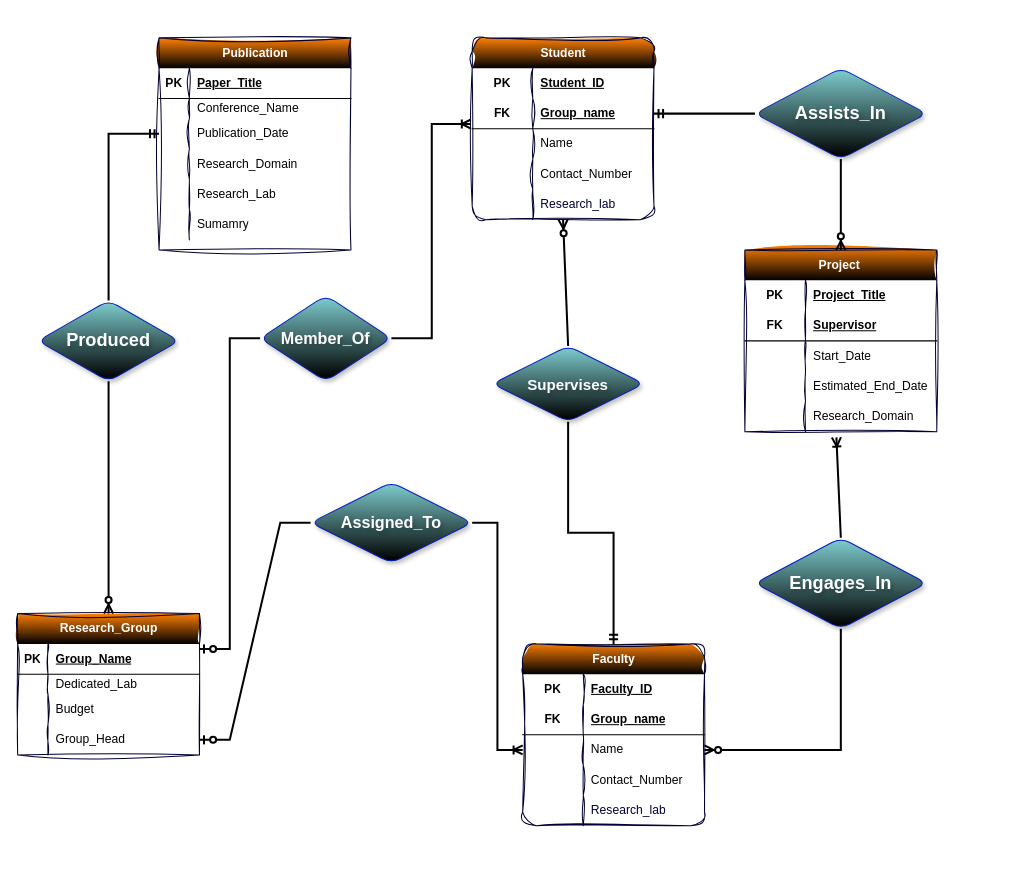
The draw.io diagram New folder/220042146_Lab7.drawio in A-Piyas-04/DBMS-_Lab, before the edit. Source tidied: cells renumbered, new cells numbered last; positions are measured from the earlier drawing's top-left corner, leaving out a move shared by most shapes. Both pictures are drawn from the tidied source at 101%, with x=0, y=0 at pixel (17, 37).
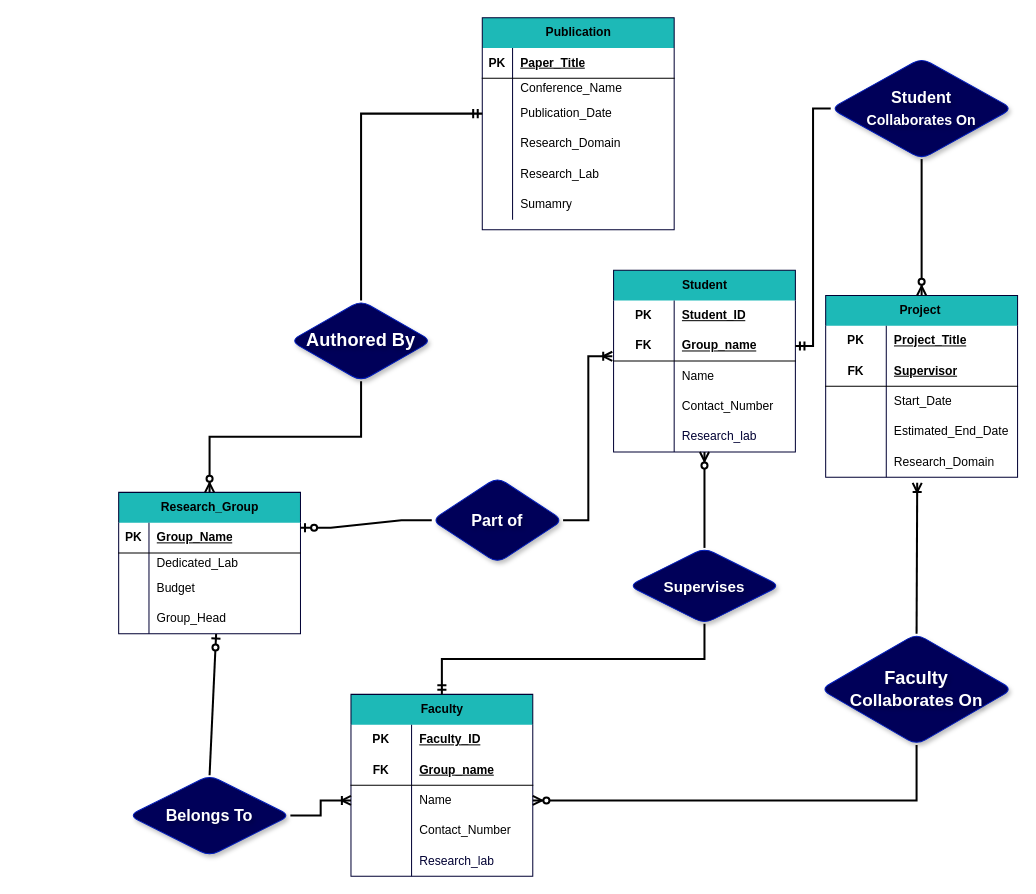
The same diagram, later.

Unchanged cells that the change refers to:
```xml
<mxCell id="12" style="shape=tableRow;horizontal=0;startSize=0;swimlaneHead=0;swimlaneBody=0;fillColor=none;points=[[0,0.5],[1,0.5]];portConstraint=eastwest;top=0;left=0;right=0;bottom=0;swimlaneFillColor=default;" parent="2" vertex="1">
  <mxGeometry y="110" width="180" height="30" as="geometry" />
</mxCell>
<mxCell id="54" style="shape=tableRow;horizontal=0;startSize=0;swimlaneHead=0;swimlaneBody=0;fillColor=none;points=[[0,0.5],[1,0.5]];portConstraint=eastwest;top=0;left=0;right=0;bottom=1;html=1;swimlaneFillColor=default;" parent="50" vertex="1">
  <mxGeometry y="60" width="180" height="30" as="geometry" />
</mxCell>
```

The edit, as a diff of the source:
```diff
@@
-    <mxCell id="2" value="Research_Group" style="shape=table;startSize=30;childLayout=tableLayout;rowLines=0;fontStyle=1;align=center;shadow=0;rounded=0;swimlaneFillColor=none;labelBackgroundColor=none;labelBorderColor=none;textShadow=0;html=1;fillColor=#FF8000;strokeColor=#000033;fontColor=#ffffff;gradientColor=default;swimlaneLine=0;sketch=1;curveFitting=1;jiggle=2;" parent="1" vertex="1">
-      <mxGeometry y="570" width="180" height="140" as="geometry" />
+    <mxCell id="2" value="Research_Group" style="shape=table;startSize=30;childLayout=tableLayout;rowLines=0;fontStyle=1;align=center;shadow=0;rounded=0;swimlaneFillColor=none;labelBackgroundColor=none;labelBorderColor=none;textShadow=0;html=1;fillColor=#1db9b7;strokeColor=#000033;fontColor=#000000;gradientColor=none;swimlaneLine=0;" parent="1" vertex="1">
+      <mxGeometry x="100" y="450" width="180" height="140" as="geometry" />
     </mxCell>
@@
-    <mxCell id="15" value="Publication" style="shape=table;startSize=30;childLayout=tableLayout;rowLines=0;fontStyle=1;align=center;shadow=0;rounded=0;swimlaneFillColor=none;labelBackgroundColor=none;labelBorderColor=none;textShadow=0;html=1;fillColor=#FF8000;strokeColor=#000033;fontColor=#ffffff;gradientColor=default;swimlaneLine=0;sketch=1;curveFitting=1;jiggle=2;" parent="1" vertex="1">
-      <mxGeometry x="140" width="190" height="210" as="geometry" />
+    <mxCell id="15" value="Publication" style="shape=table;startSize=30;childLayout=tableLayout;rowLines=0;fontStyle=1;align=center;shadow=0;rounded=0;swimlaneFillColor=none;labelBackgroundColor=none;labelBorderColor=none;textShadow=0;html=1;fillColor=#1db9b7;strokeColor=#000033;fontColor=#000000;gradientColor=none;swimlaneLine=0;" parent="1" vertex="1">
+      <mxGeometry x="460" y="-20" width="190" height="210" as="geometry" />
     </mxCell>
@@
-    <mxCell id="34" value="Faculty" style="shape=table;startSize=30;childLayout=tableLayout;rowLines=0;fontStyle=1;align=center;swimlaneFillColor=none;labelBackgroundColor=none;labelBorderColor=none;textShadow=0;html=1;fillColor=#FF8000;strokeColor=#000033;rounded=1;shadow=0;fontColor=#ffffff;gradientColor=default;swimlaneLine=0;sketch=1;curveFitting=1;jiggle=2;" parent="1" vertex="1">
-      <mxGeometry x="500" y="600" width="180" height="180" as="geometry" />
+    <mxCell id="34" value="Faculty" style="shape=table;startSize=30;childLayout=tableLayout;rowLines=0;fontStyle=1;align=center;swimlaneFillColor=none;labelBackgroundColor=none;labelBorderColor=none;textShadow=0;html=1;fillColor=#1db9b7;strokeColor=#000033;rounded=0;shadow=0;fontColor=#000000;gradientColor=none;swimlaneLine=0;" parent="1" vertex="1">
+      <mxGeometry x="330" y="650" width="180" height="180" as="geometry" />
     </mxCell>
@@
-    <mxCell id="50" value="Student" style="shape=table;startSize=30;childLayout=tableLayout;rowLines=0;fontStyle=1;align=center;swimlaneFillColor=none;labelBackgroundColor=none;labelBorderColor=none;textShadow=0;html=1;fillColor=#FF8000;strokeColor=#000033;rounded=1;shadow=0;fontColor=#ffffff;gradientColor=default;swimlaneLine=0;sketch=1;curveFitting=1;jiggle=2;" parent="1" vertex="1">
-      <mxGeometry x="450" width="180" height="180" as="geometry" />
+    <mxCell id="50" value="Student" style="shape=table;startSize=30;childLayout=tableLayout;rowLines=0;fontStyle=1;align=center;swimlaneFillColor=none;labelBackgroundColor=none;labelBorderColor=none;textShadow=0;html=1;fillColor=#1db9b7;strokeColor=#000033;rounded=0;shadow=0;fontColor=#000000;gradientColor=none;swimlaneLine=0;" parent="1" vertex="1">
+      <mxGeometry x="590" y="230" width="180" height="180" as="geometry" />
     </mxCell>
@@
-    <mxCell id="66" value="Project&amp;nbsp;" style="shape=table;startSize=30;childLayout=tableLayout;rowLines=0;fontStyle=1;align=center;swimlaneFillColor=none;labelBackgroundColor=none;labelBorderColor=none;textShadow=0;html=1;fillColor=#FF8000;rounded=0;shadow=0;strokeColor=#000033;fontColor=#ffffff;gradientColor=default;swimlaneLine=0;sketch=1;curveFitting=1;jiggle=2;" parent="1" vertex="1">
-      <mxGeometry x="720" y="210" width="190" height="180" as="geometry" />
+    <mxCell id="66" value="Project&amp;nbsp;" style="shape=table;startSize=30;childLayout=tableLayout;rowLines=0;fontStyle=1;align=center;swimlaneFillColor=none;labelBackgroundColor=none;labelBorderColor=none;textShadow=0;html=1;fillColor=#1db9b7;rounded=0;shadow=0;strokeColor=#000033;fontColor=#000000;gradientColor=none;swimlaneLine=0;" parent="1" vertex="1">
+      <mxGeometry x="800" y="255" width="190" height="180" as="geometry" />
     </mxCell>
@@
-    <mxCell id="82" value="&lt;b style=&quot;font-size: 16px;&quot;&gt;Assigned_To&lt;/b&gt;" style="shape=rhombus;perimeter=rhombusPerimeter;whiteSpace=wrap;html=1;align=center;fillColor=#7DCACC;strokeColor=#001DBC;labelBackgroundColor=none;labelBorderColor=none;textShadow=1;spacingTop=0;fontColor=#ffffff;fillStyle=auto;fontSize=16;shadow=1;rounded=1;gradientColor=default;" parent="1" vertex="1">
-      <mxGeometry x="290" y="440" width="160" height="80" as="geometry" />
+    <mxCell id="82" value="&lt;b style=&quot;font-size: 16px;&quot;&gt;Belongs To&lt;/b&gt;" style="shape=rhombus;perimeter=rhombusPerimeter;whiteSpace=wrap;html=1;align=center;fillColor=#000059;strokeColor=#001DBC;labelBackgroundColor=none;labelBorderColor=none;textShadow=1;spacingTop=0;fontColor=#ffffff;fillStyle=auto;fontSize=16;shadow=1;rounded=1;gradientColor=none;" parent="1" vertex="1">
+      <mxGeometry x="110" y="730" width="160" height="80" as="geometry" />
     </mxCell>
-    <mxCell id="83" value="&lt;b&gt;Produced&lt;/b&gt;" style="shape=rhombus;perimeter=rhombusPerimeter;whiteSpace=wrap;html=1;align=center;fillColor=#7DCACC;strokeColor=#001DBC;labelBackgroundColor=none;labelBorderColor=none;textShadow=1;spacingTop=0;fontColor=#ffffff;fontSize=18;fillStyle=auto;shadow=1;rounded=1;gradientColor=default;" parent="1" vertex="1">
-      <mxGeometry x="20" y="260" width="140" height="80" as="geometry" />
+    <mxCell id="83" value="&lt;b&gt;Authored By&lt;/b&gt;" style="shape=rhombus;perimeter=rhombusPerimeter;whiteSpace=wrap;html=1;align=center;fillColor=#000059;strokeColor=#001DBC;labelBackgroundColor=none;labelBorderColor=none;textShadow=1;spacingTop=0;fontColor=#ffffff;fontSize=18;fillStyle=auto;shadow=1;rounded=1;gradientColor=none;" parent="1" vertex="1">
+      <mxGeometry x="270" y="260" width="140" height="80" as="geometry" />
     </mxCell>
-    <mxCell id="84" value="&lt;b&gt;&lt;font style=&quot;font-size: 16px;&quot;&gt;Member_Of&lt;/font&gt;&lt;/b&gt;" style="shape=rhombus;perimeter=rhombusPerimeter;whiteSpace=wrap;html=1;align=center;fillColor=#7DCACC;strokeColor=#001DBC;labelBackgroundColor=none;labelBorderColor=none;textShadow=1;spacingTop=0;fontColor=#ffffff;fontSize=14;fillStyle=auto;shadow=1;rounded=1;gradientColor=default;" parent="1" vertex="1">
-      <mxGeometry x="240" y="255" width="130" height="85" as="geometry" />
+    <mxCell id="84" value="&lt;b&gt;&lt;font style=&quot;font-size: 16px;&quot;&gt;Part of&lt;/font&gt;&lt;/b&gt;" style="shape=rhombus;perimeter=rhombusPerimeter;whiteSpace=wrap;html=1;align=center;fillColor=#000059;strokeColor=#001DBC;labelBackgroundColor=none;labelBorderColor=none;textShadow=1;spacingTop=0;fontColor=#ffffff;fontSize=14;fillStyle=auto;shadow=1;rounded=1;gradientColor=none;" parent="1" vertex="1">
+      <mxGeometry x="410" y="435" width="130" height="85" as="geometry" />
     </mxCell>
-    <mxCell id="85" value="&lt;b&gt;&lt;font style=&quot;font-size: 15px;&quot;&gt;Supervises&lt;/font&gt;&lt;/b&gt;" style="shape=rhombus;perimeter=rhombusPerimeter;whiteSpace=wrap;html=1;align=center;fillColor=#7DCACC;strokeColor=#001DBC;labelBackgroundColor=none;labelBorderColor=none;textShadow=1;spacingTop=0;fontColor=#ffffff;fillStyle=auto;shadow=1;rounded=1;gradientColor=default;" parent="1" vertex="1">
-      <mxGeometry x="470" y="305" width="150" height="75" as="geometry" />
+    <mxCell id="85" value="&lt;b&gt;&lt;font style=&quot;font-size: 15px;&quot;&gt;Supervises&lt;/font&gt;&lt;/b&gt;" style="shape=rhombus;perimeter=rhombusPerimeter;whiteSpace=wrap;html=1;align=center;fillColor=#000059;strokeColor=#001DBC;labelBackgroundColor=none;labelBorderColor=none;textShadow=1;spacingTop=0;fontColor=#ffffff;fillStyle=auto;shadow=1;rounded=1;gradientColor=none;" parent="1" vertex="1">
+      <mxGeometry x="605" y="505" width="150" height="75" as="geometry" />
     </mxCell>
-    <mxCell id="86" value="&lt;b&gt;Engages_In&lt;/b&gt;" style="shape=rhombus;perimeter=rhombusPerimeter;whiteSpace=wrap;html=1;align=center;fillColor=#7DCACC;strokeColor=#001DBC;labelBackgroundColor=none;labelBorderColor=none;textShadow=1;spacingTop=0;fontColor=#ffffff;fillStyle=auto;fontSize=18;shadow=1;rounded=1;gradientColor=default;" parent="1" vertex="1">
-      <mxGeometry x="730" y="495" width="170" height="90" as="geometry" />
+    <mxCell id="86" value="&lt;b&gt;Faculty&lt;/b&gt;&lt;div&gt;&lt;b style=&quot;font-size: 17px;&quot;&gt;Collaborates On&lt;/b&gt;&lt;/div&gt;" style="shape=rhombus;perimeter=rhombusPerimeter;whiteSpace=wrap;html=1;align=center;fillColor=#000059;strokeColor=#001DBC;labelBackgroundColor=none;labelBorderColor=none;textShadow=1;spacingTop=0;fontColor=#ffffff;fillStyle=auto;fontSize=18;shadow=1;rounded=1;gradientColor=none;" parent="1" vertex="1">
+      <mxGeometry x="795" y="590" width="190" height="110" as="geometry" />
     </mxCell>
-    <mxCell id="87" value="&lt;b&gt;Assists_In&lt;/b&gt;" style="shape=rhombus;perimeter=rhombusPerimeter;whiteSpace=wrap;html=1;align=center;fillColor=#7DCACC;strokeColor=#001DBC;labelBackgroundColor=none;labelBorderColor=none;textShadow=1;spacingTop=0;fontColor=#ffffff;fillStyle=auto;fontSize=18;shadow=1;rounded=1;gradientColor=default;" parent="1" vertex="1">
-      <mxGeometry x="730" y="30" width="170" height="90" as="geometry" />
+    <mxCell id="87" value="&lt;b&gt;&lt;font style=&quot;font-size: 16px;&quot;&gt;Student&lt;/font&gt;&lt;/b&gt;&lt;div&gt;&lt;b style=&quot;&quot;&gt;&lt;font style=&quot;font-size: 14px;&quot;&gt;Collaborates On&lt;/font&gt;&lt;/b&gt;&lt;/div&gt;" style="shape=rhombus;perimeter=rhombusPerimeter;whiteSpace=wrap;html=1;align=center;fillColor=#000059;strokeColor=#001DBC;labelBackgroundColor=none;labelBorderColor=none;textShadow=1;spacingTop=0;fontColor=#ffffff;fillStyle=auto;fontSize=18;shadow=1;rounded=1;gradientColor=none;" parent="1" vertex="1">
+      <mxGeometry x="805" y="20" width="180" height="100" as="geometry" />
     </mxCell>
@@
-    <mxCell id="90" style="edgeStyle=entityRelationEdgeStyle;fontSize=12;html=1;endArrow=ERzeroToOne;endFill=1;rounded=0;exitX=0;exitY=0.5;exitDx=0;exitDy=0;entryX=1;entryY=0.5;entryDx=0;entryDy=0;strokeWidth=2;" parent="1" edge="1" source="82" target="12">
+    <mxCell id="90" style="fontSize=12;html=1;endArrow=ERzeroToOne;endFill=1;rounded=0;exitX=0.5;exitY=0;exitDx=0;exitDy=0;entryX=0.536;entryY=1.005;entryDx=0;entryDy=0;strokeWidth=2;entryPerimeter=0;" parent="1" edge="1" source="82" target="12">
       <mxGeometry relative="1" as="geometry" />
     </mxCell>
@@
-    <mxCell id="94" style="fontSize=12;html=1;endArrow=ERmandOne;rounded=0;exitX=0;exitY=0.5;exitDx=0;exitDy=0;strokeWidth=2;entryX=1;entryY=0.5;entryDx=0;entryDy=0;" parent="1" edge="1" source="87" target="54">
+    <mxCell id="94" style="fontSize=12;html=1;endArrow=ERmandOne;rounded=0;exitX=0;exitY=0.5;exitDx=0;exitDy=0;strokeWidth=2;entryX=1;entryY=0.5;entryDx=0;entryDy=0;edgeStyle=orthogonalEdgeStyle;" parent="1" edge="1" source="87" target="54">
       <mxGeometry relative="1" as="geometry" />
     </mxCell>
@@
-    <mxCell id="98" style="fontSize=12;html=1;endArrow=ERzeroToMany;endFill=1;rounded=0;entryX=0.5;entryY=0;entryDx=0;entryDy=0;exitX=0.5;exitY=1;exitDx=0;exitDy=0;strokeWidth=2;" parent="1" edge="1" source="83" target="2">
+    <mxCell id="98" style="fontSize=12;html=1;endArrow=ERzeroToMany;endFill=1;rounded=0;entryX=0.5;entryY=0;entryDx=0;entryDy=0;exitX=0.5;exitY=1;exitDx=0;exitDy=0;strokeWidth=2;edgeStyle=orthogonalEdgeStyle;" parent="1" edge="1" source="83" target="2">
       <mxGeometry relative="1" as="geometry" />
     </mxCell>
```
